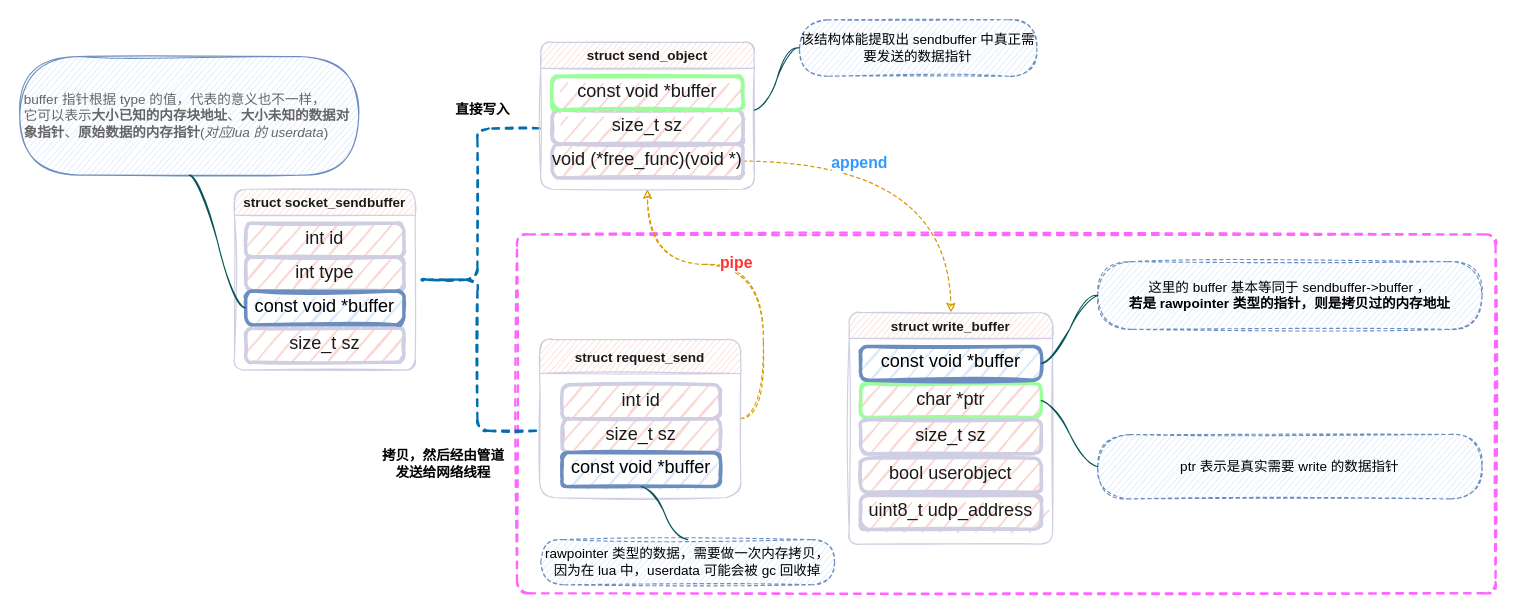
Earlier version of the draw.io diagram draw.io/skynet_sendmsg.drawio (bitvcat/graphs). Source tidied: cells renumbered, new cells numbered last; positions are measured from the earlier drawing's top-left corner, leaving out a move shared by most shapes. Both pictures are drawn from the tidied source at 113%, with x=0, y=0 at pixel (19, 19).
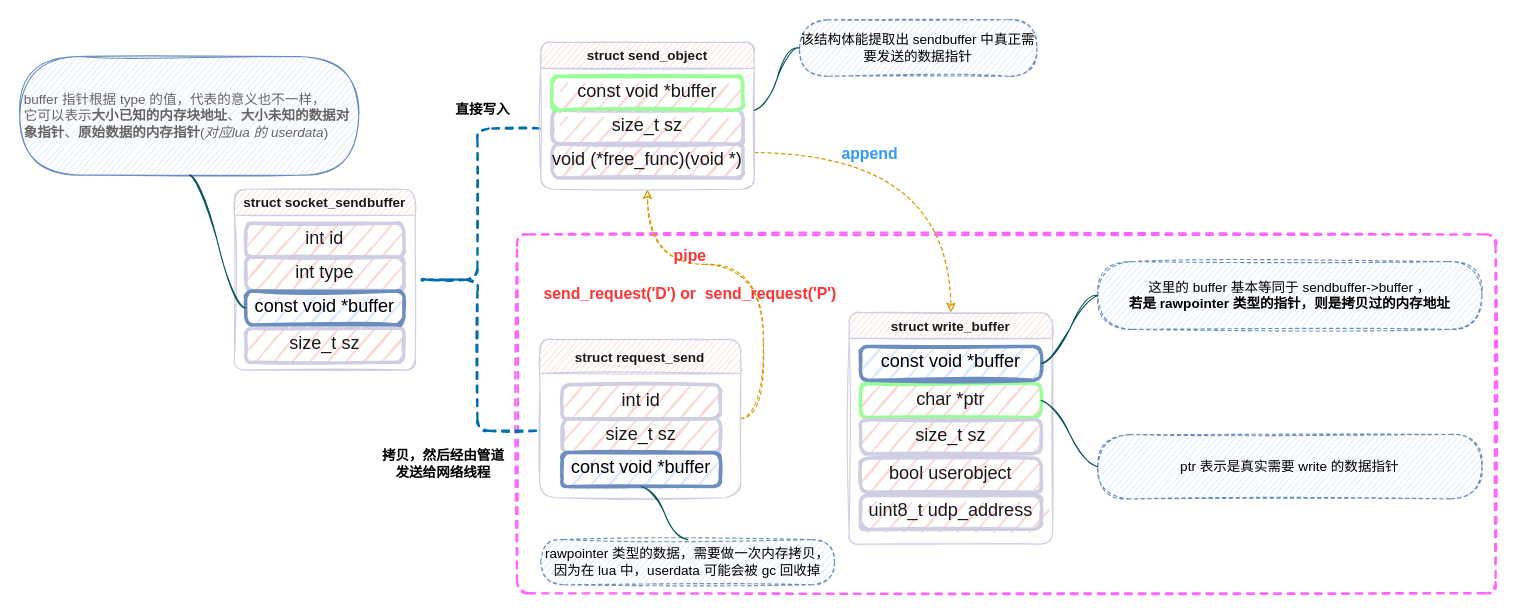
The same diagram, later.

Unchanged cells that the change refers to:
```xml
<mxCell id="11" style="edgeStyle=orthogonalEdgeStyle;curved=1;rounded=0;sketch=1;jettySize=auto;html=1;exitX=1;exitY=0.5;exitDx=0;exitDy=0;entryX=0.5;entryY=1;entryDx=0;entryDy=0;strokeColor=#d79b00;gradientColor=#ffa500;fillColor=#ffcd28;dashed=1;" parent="1" edge="1" source="13" target="25">
  <mxGeometry relative="1" as="geometry" />
</mxCell>
<mxCell id="17" value="struct write_buffer" style="swimlane;rounded=1;strokeColor=#D0CEE2;fillColor=#FAD9D5;fontColor=#1A1A1A;startSize=23;sketch=1;" parent="1" vertex="1">
  <mxGeometry x="734" y="259" width="180" height="205" as="geometry" />
</mxCell>
<mxCell id="24" value="&lt;p style=&quot;margin: 4px 0px 0px ; text-align: center&quot;&gt;&lt;span style=&quot;font-size: 16px&quot;&gt;void (*free_func)(void *)&lt;/span&gt;&lt;/p&gt;" style="verticalAlign=middle;align=center;overflow=fill;fontSize=12;fontFamily=Helvetica;html=1;fontStyle=0;strokeWidth=3;fillColor=#FAD9D5;arcSize=22;spacingTop=0;spacingBottom=0;rounded=1;strokeColor=#D0CEE2;fontColor=#1A1A1A;sketch=1;" parent="1" vertex="1">
  <mxGeometry x="471" y="110" width="169" height="30" as="geometry" />
</mxCell>
<mxCell id="25" value="struct send_object" style="swimlane;rounded=1;strokeColor=#D0CEE2;fillColor=#FAD9D5;fontColor=#1A1A1A;startSize=23;sketch=1;" parent="1" vertex="1">
  <mxGeometry x="461" y="20" width="189" height="130" as="geometry" />
</mxCell>
```

Change to the diagram source:
```diff
@@
-    <mxCell id="12" value="&lt;b&gt;&lt;font style=&quot;font-size: 14px&quot; color=&quot;#ff3333&quot;&gt;pipe&lt;/font&gt;&lt;/b&gt;" style="edgeLabel;html=1;align=center;verticalAlign=middle;" parent="11" vertex="1">
+    <mxCell id="12" value="&lt;b&gt;&lt;font style=&quot;font-size: 14px&quot; color=&quot;#ff3333&quot;&gt;pipe&lt;br&gt;&lt;br&gt;send_request('D') or&amp;nbsp; send_request('P')&lt;br&gt;&lt;/font&gt;&lt;/b&gt;" style="edgeLabel;html=1;align=center;verticalAlign=middle;labelBackgroundColor=none;labelBorderColor=none;" parent="11" vertex="1">
       <mxGeometry x="0.12" y="-2" relative="1" as="geometry">
-        <mxPoint x="1" as="offset" />
+        <mxPoint x="-40.5" y="10.5" as="offset" />
       </mxGeometry>
     </mxCell>
@@
-    <mxCell id="22" style="edgeStyle=orthogonalEdgeStyle;curved=1;rounded=0;sketch=1;jettySize=auto;html=1;strokeColor=#d79b00;gradientColor=#ffa500;fillColor=#ffcd28;dashed=1;" parent="1" edge="1" source="24" target="17">
+    <mxCell id="22" style="edgeStyle=orthogonalEdgeStyle;curved=1;rounded=0;sketch=1;jettySize=auto;html=1;strokeColor=#d79b00;gradientColor=#ffa500;fillColor=#ffcd28;dashed=1;exitX=1;exitY=0.75;exitDx=0;exitDy=0;" parent="1" edge="1" source="25" target="17">
       <mxGeometry relative="1" as="geometry" />
     </mxCell>
-    <mxCell id="23" value="append" style="edgeLabel;html=1;align=center;verticalAlign=middle;fontSize=14;fontStyle=1;fontColor=#3399FF;" parent="22" vertex="1">
+    <mxCell id="23" value="append" style="edgeLabel;html=1;align=center;verticalAlign=middle;fontSize=14;fontStyle=1;fontColor=#3399FF;labelBackgroundColor=none;" parent="22" vertex="1">
       <mxGeometry x="-0.36" y="-1" relative="1" as="geometry" />
     </mxCell>
```
